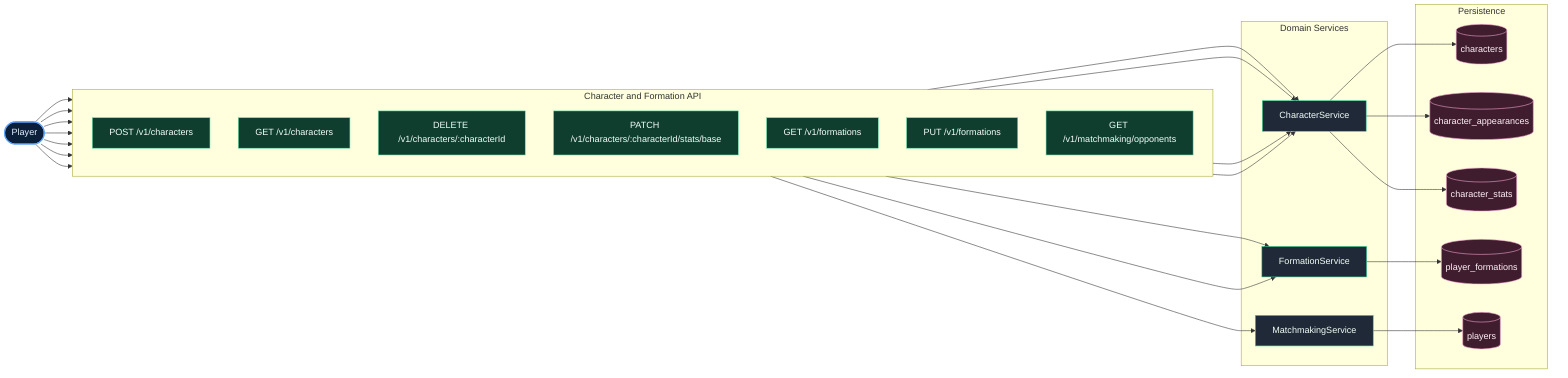
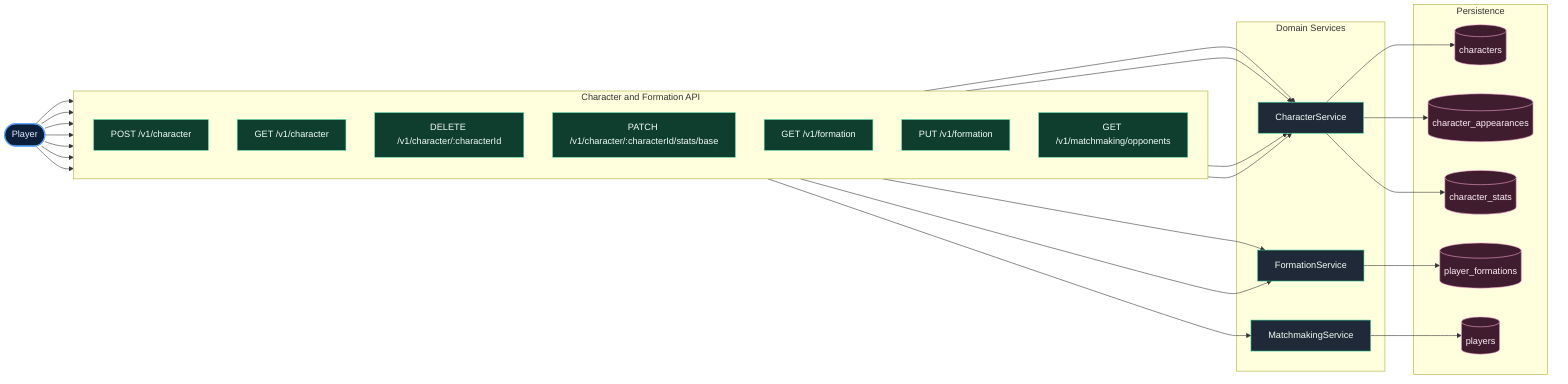
flowchart LR
  classDef actor fill:#0b1f3a,stroke:#60a5fa,stroke-width:2px,color:#e6f0ff;
  classDef endpoint fill:#0f3d2e,stroke:#6ee7b7,stroke-width:1px,color:#f3fff9;
  classDef service fill:#1f2937,stroke:#34d399,stroke-width:1px,color:#f3fff9;
  classDef db fill:#3f1d2e,stroke:#f9a8d4,stroke-width:1px,color:#fff1f7;

  A([Player])

  subgraph API[Character and Formation API]
    direction TB
-     C1[POST /v1/characters]
-     C2[GET /v1/characters]
-     C3[DELETE /v1/characters/:characterId]
-     C4[PATCH /v1/characters/:characterId/stats/base]
-     F1[GET /v1/formations]
-     F2[PUT /v1/formations]
+     C1[POST /v1/character]
+     C2[GET /v1/character]
+     C3[DELETE /v1/character/:characterId]
+     C4[PATCH /v1/character/:characterId/stats/base]
+     F1[GET /v1/formation]
+     F2[PUT /v1/formation]
    MM[GET /v1/matchmaking/opponents]
  end

  subgraph APP[Domain Services]
    CS[CharacterService]
    FS[FormationService]
    MS[MatchmakingService]
  end

  subgraph DATA[Persistence]
    CH[(characters)]
    CA[(character_appearances)]
    CST[(character_stats)]
    PF[(player_formations)]
    P[(players)]
  end

  A --> C1 --> CS
  A --> C2 --> CS
  A --> C3 --> CS
  A --> C4 --> CS
  A --> F1 --> FS
  A --> F2 --> FS
  A --> MM --> MS

  CS --> CH
  CS --> CA
  CS --> CST
  FS --> PF
  MS --> P

  class A actor;
  class C1,C2,C3,C4,F1,F2,MM endpoint;
  class CS,FS,MS service;
  class CH,CA,CST,PF,P db;
